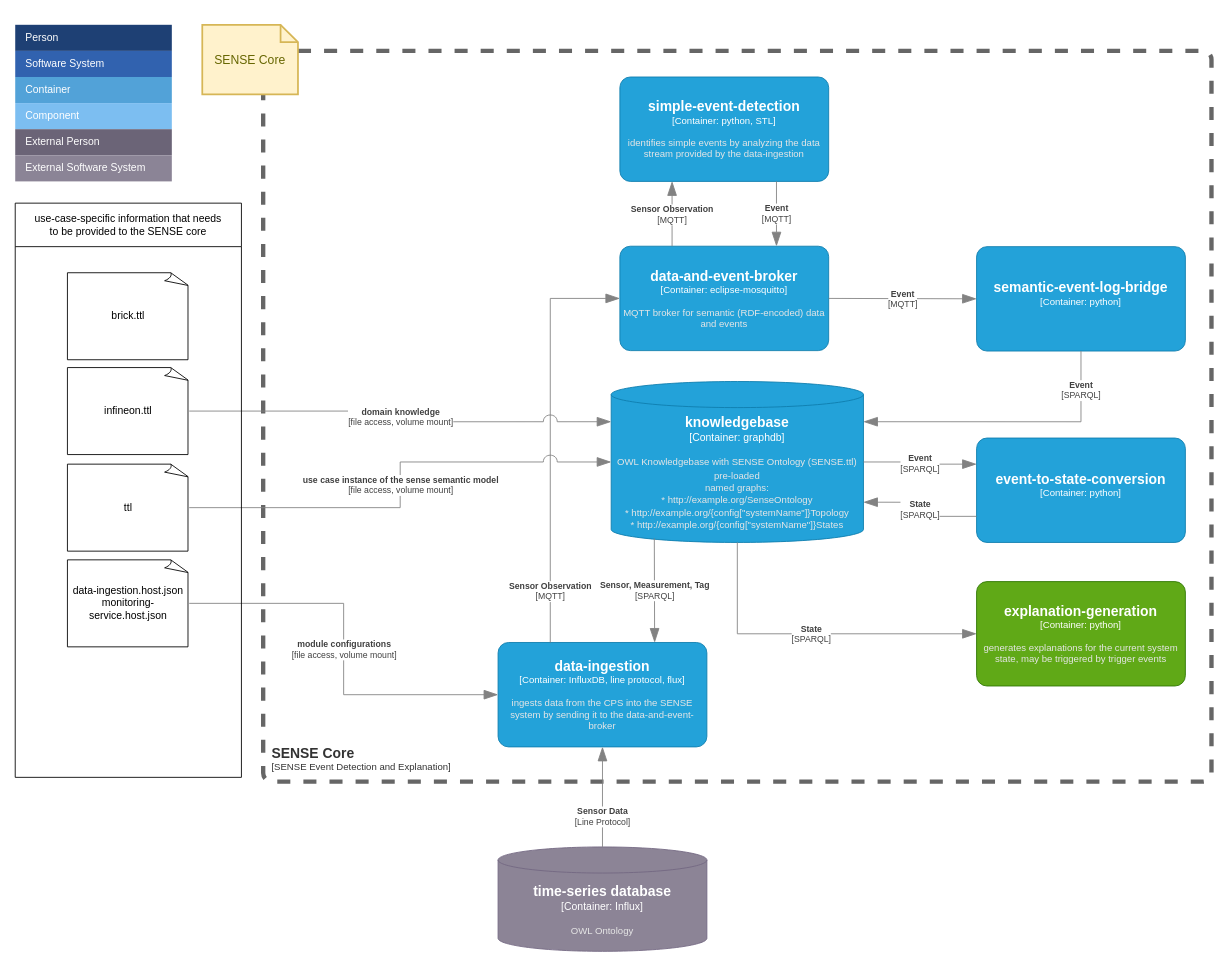
The draw.io diagram page "Level2-ContainerDiagram" (2 of 4) of doc/SENSE-Core-C4-Model.drawio in wu-semsys/SENSE-Core, before the edit. Source tidied: cells renumbered, new cells numbered last; positions are measured from the earlier drawing's top-left corner, leaving out a move shared by most shapes. Both pictures are drawn from the tidied source at 87%, with x=0, y=0 at pixel (15, 24).
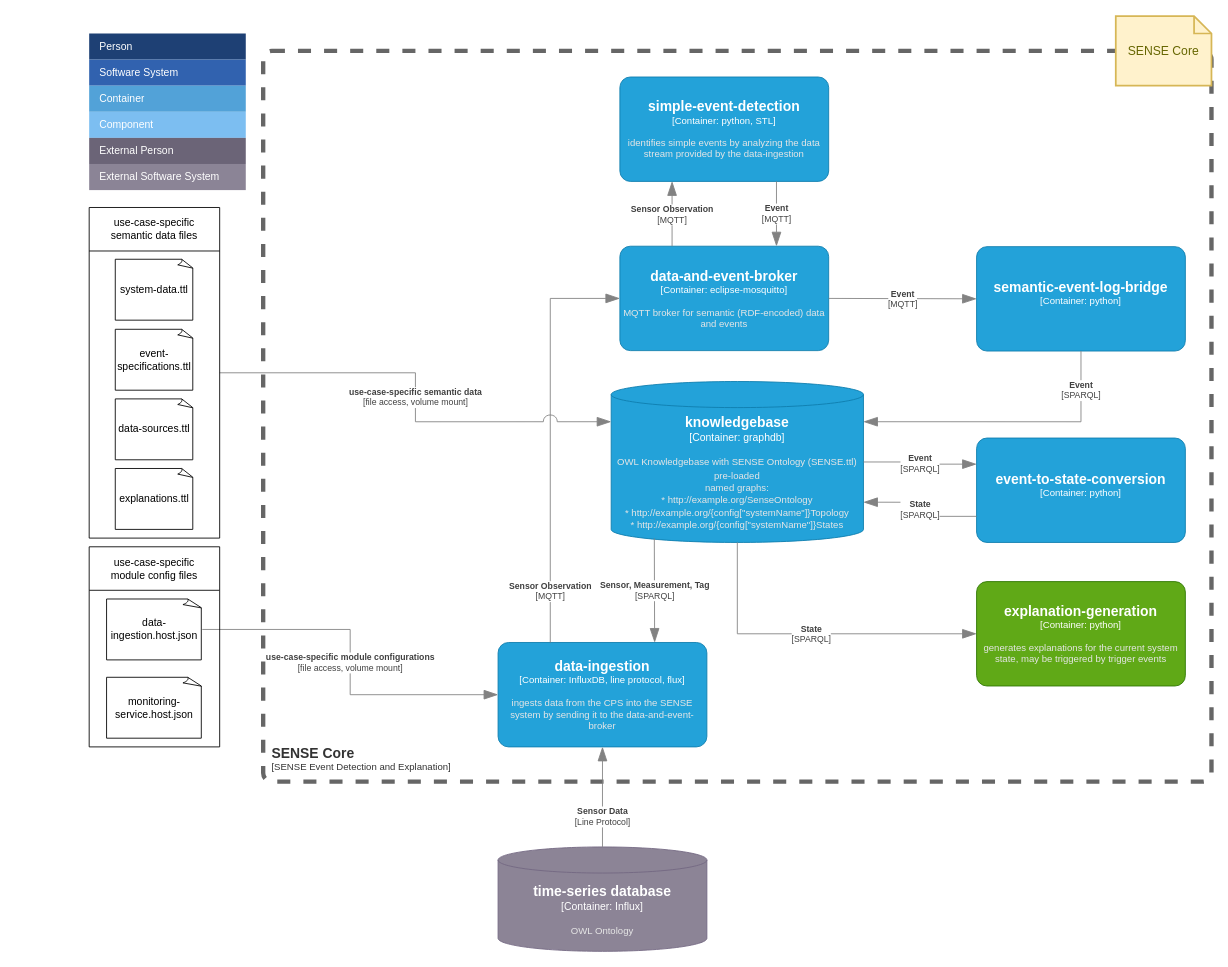
Above is the later version.

The change refers to these unchanged cells:
```xml
<object id="2" label="&lt;font style=&quot;font-size: 16px&quot;&gt;&lt;b&gt;%c4Type%&lt;/b&gt;&lt;/font&gt;&lt;div&gt;[%c4Container%:&amp;nbsp;%c4Technology%]&lt;/div&gt;&lt;br&gt;&lt;div&gt;&lt;font style=&quot;font-size: 11px&quot;&gt;&lt;font color=&quot;#E6E6E6&quot;&gt;%c4Description%&lt;/font&gt;&lt;/div&gt;" c4Container="Container" c4Description="OWL Knowledgebase with SENSE Ontology (SENSE.ttl) pre-loaded&#10;named graphs:&#10;* http://example.org/SenseOntology&#10;* http://example.org/{config[&quot;systemName&quot;]}Topology&#10;* http://example.org/{config[&quot;systemName&quot;]}States" c4Technology="graphdb" c4Type="knowledgebase" placeholders="1">
  <mxCell style="shape=cylinder3;size=15;whiteSpace=wrap;html=1;boundedLbl=1;rounded=0;labelBackgroundColor=none;fillColor=#23A2D9;fontSize=12;fontColor=#ffffff;align=center;strokeColor=#0E7DAD;points=[[0.5,0,0],[1,0.25,0],[1,0.5,0],[1,0.75,0],[0.5,1,0],[0,0.75,0],[0,0.5,0],[0,0.25,0]];" parent="1" vertex="1">
    <mxGeometry x="685" y="410" width="290" height="185" as="geometry" />
  </mxCell>
</object>
<object id="3" label="&lt;font style=&quot;font-size: 16px&quot;&gt;&lt;b&gt;%c4Name%&lt;/b&gt;&lt;/font&gt;&lt;div&gt;[%c4Type%: %c4Technology%]&lt;/div&gt;&lt;br&gt;&lt;div&gt;&lt;font style=&quot;font-size: 11px&quot;&gt;&lt;font color=&quot;#E6E6E6&quot;&gt;%c4Description%&lt;/font&gt;&lt;/div&gt;" c4Description="ingests data from the CPS into the SENSE system by sending it to the data-and-event-broker" c4Name="data-ingestion" c4Technology="InfluxDB, line protocol, flux" c4Type="Container" placeholders="1">
  <mxCell style="rounded=1;whiteSpace=wrap;html=1;fontSize=11;labelBackgroundColor=none;fillColor=#23A2D9;fontColor=#ffffff;align=center;arcSize=10;strokeColor=#0E7DAD;points=[[0.25,0,0],[0.5,0,0],[0.75,0,0],[1,0.25,0],[1,0.5,0],[1,0.75,0],[0.75,1,0],[0.5,1,0],[0.25,1,0],[0,0.75,0],[0,0.5,0],[0,0.25,0]];" parent="1" vertex="1">
    <mxGeometry x="555" y="710" width="240" height="120" as="geometry" />
  </mxCell>
</object>
```

What changed in the source:
```diff
@@
     <mxCell id="7" value="SENSE Core" style="shape=note;strokeWidth=2;fontSize=14;size=20;whiteSpace=wrap;html=1;fillColor=#fff2cc;strokeColor=#d6b656;fontColor=#666600;" parent="1" vertex="1">
-      <mxGeometry x="215" width="110" height="80" as="geometry" />
+      <mxGeometry x="1265" y="-10" width="110" height="80" as="geometry" />
     </mxCell>
@@
     <mxCell id="10" style="shape=table;html=1;whiteSpace=wrap;startSize=0;childLayout=tableLayout;fillColor=none;align=left;spacingLeft=10;strokeColor=none;rounded=1;arcSize=11;fontColor=#FFFFFF;" parent="1" vertex="1">
-      <mxGeometry width="180" height="180" as="geometry" />
+      <mxGeometry x="85" y="10" width="180" height="180" as="geometry" />
     </mxCell>
@@
-    <object id="28" label="&lt;div style=&quot;text-align: left&quot;&gt;&lt;div style=&quot;text-align: center&quot;&gt;&lt;b&gt;%c4Description%&lt;/b&gt;&lt;/div&gt;&lt;div style=&quot;text-align: center&quot;&gt;[%c4Technology%]&lt;/div&gt;&lt;/div&gt;" c4Description="module configurations" c4Technology="file access, volume mount" placeholders="1">
-      <mxCell style="endArrow=blockThin;html=1;fontSize=10;fontColor=#404040;strokeWidth=1;endFill=1;strokeColor=#828282;elbow=vertical;endSize=14;startSize=14;jumpStyle=arc;jumpSize=16;rounded=0;edgeStyle=orthogonalEdgeStyle;exitX=1;exitY=0.5;exitDx=0;exitDy=0;exitPerimeter=0;entryX=0;entryY=0.5;entryDx=0;entryDy=0;entryPerimeter=0;" parent="1" edge="1" source="33" target="3">
+    <object id="28" label="&lt;div style=&quot;text-align: left&quot;&gt;&lt;div style=&quot;text-align: center&quot;&gt;&lt;b&gt;%c4Description%&lt;/b&gt;&lt;/div&gt;&lt;div style=&quot;text-align: center&quot;&gt;[%c4Technology%]&lt;/div&gt;&lt;/div&gt;" c4Description="use-case-specific module configurations" c4Technology="file access, volume mount" placeholders="1">
+      <mxCell style="endArrow=blockThin;html=1;fontSize=10;fontColor=#404040;strokeWidth=1;endFill=1;strokeColor=#828282;elbow=vertical;endSize=14;startSize=14;jumpStyle=arc;jumpSize=16;rounded=0;edgeStyle=orthogonalEdgeStyle;exitX=1;exitY=0.5;exitDx=0;exitDy=0;exitPerimeter=0;entryX=0;entryY=0.5;entryDx=0;entryDy=0;entryPerimeter=0;" parent="1" edge="1" source="39" target="3">
         <mxGeometry relative="1" as="geometry" />
       </mxCell>
     </object>
-    <object id="29" label="&lt;div style=&quot;text-align: left&quot;&gt;&lt;div style=&quot;text-align: center&quot;&gt;&lt;b&gt;%c4Description%&lt;/b&gt;&lt;/div&gt;&lt;div style=&quot;text-align: center&quot;&gt;[%c4Technology%]&lt;/div&gt;&lt;/div&gt;" c4Description="use case instance of the sense semantic model" c4Technology="file access, volume mount" placeholders="1">
-      <mxCell style="endArrow=blockThin;html=1;fontSize=10;fontColor=#404040;strokeWidth=1;endFill=1;strokeColor=#828282;elbow=vertical;endSize=14;startSize=14;jumpStyle=arc;jumpSize=16;rounded=0;edgeStyle=orthogonalEdgeStyle;exitX=1;exitY=0.5;exitDx=0;exitDy=0;exitPerimeter=0;entryX=0;entryY=0.5;entryDx=0;entryDy=0;entryPerimeter=0;" parent="1" edge="1" source="34" target="2">
-        <mxGeometry relative="1" as="geometry" />
-      </mxCell>
-    </object>
-    <object id="30" label="&lt;div style=&quot;text-align: left&quot;&gt;&lt;div style=&quot;text-align: center&quot;&gt;&lt;b&gt;%c4Description%&lt;/b&gt;&lt;/div&gt;&lt;div style=&quot;text-align: center&quot;&gt;[%c4Technology%]&lt;/div&gt;&lt;/div&gt;" c4Description="domain knowledge" c4Technology="file access, volume mount" placeholders="1">
-      <mxCell style="endArrow=blockThin;html=1;fontSize=10;fontColor=#404040;strokeWidth=1;endFill=1;strokeColor=#828282;elbow=vertical;endSize=14;startSize=14;jumpStyle=arc;jumpSize=16;rounded=0;edgeStyle=orthogonalEdgeStyle;exitX=1;exitY=0.5;exitDx=0;exitDy=0;exitPerimeter=0;entryX=0;entryY=0.25;entryDx=0;entryDy=0;entryPerimeter=0;" parent="1" edge="1" source="35" target="2">
+    <object id="30" label="&lt;div style=&quot;text-align: left&quot;&gt;&lt;div style=&quot;text-align: center&quot;&gt;&lt;b&gt;%c4Description%&lt;/b&gt;&lt;/div&gt;&lt;div style=&quot;text-align: center&quot;&gt;[%c4Technology%]&lt;/div&gt;&lt;/div&gt;" c4Description="use-case-specific semantic data" c4Technology="file access, volume mount" placeholders="1">
+      <mxCell style="endArrow=blockThin;html=1;fontSize=10;fontColor=#404040;strokeWidth=1;endFill=1;strokeColor=#828282;elbow=vertical;endSize=14;startSize=14;jumpStyle=arc;jumpSize=16;rounded=0;edgeStyle=orthogonalEdgeStyle;exitX=1;exitY=0.5;exitDx=0;exitDy=0;entryX=0;entryY=0.25;entryDx=0;entryDy=0;entryPerimeter=0;" parent="1" edge="1" source="32" target="2">
         <mxGeometry relative="1" as="geometry" />
       </mxCell>
     </object>
@@
-    <mxCell id="32" value="&lt;span style=&quot;font-weight: 400; text-wrap: nowrap; background-color: rgb(255, 255, 255);&quot;&gt;use-case-specific information that needs &lt;br&gt;to be provided to the SENSE core&lt;/span&gt;" style="swimlane;whiteSpace=wrap;html=1;startSize=50;" parent="1" vertex="1">
-      <mxGeometry y="205" width="260" height="660" as="geometry" />
+    <mxCell id="32" value="&lt;span style=&quot;font-weight: 400; text-wrap: nowrap; background-color: rgb(255, 255, 255);&quot;&gt;use-case-specific &lt;br&gt;semantic data files&lt;/span&gt;" style="swimlane;whiteSpace=wrap;html=1;startSize=50;" parent="1" vertex="1">
+      <mxGeometry x="85" y="210" width="150" height="380" as="geometry" />
     </mxCell>
-    <mxCell id="33" value="data-ingestion.host.json&lt;div&gt;monitoring-service.host.json&lt;br&gt;&lt;/div&gt;" style="whiteSpace=wrap;html=1;shape=mxgraph.basic.document;" parent="32" vertex="1">
-      <mxGeometry x="60" y="410" width="140" height="100" as="geometry" />
-    </mxCell>
-    <mxCell id="34" value="ttl" style="whiteSpace=wrap;html=1;shape=mxgraph.basic.document;" parent="32" vertex="1">
-      <mxGeometry x="60" y="300" width="140" height="100" as="geometry" />
+    <mxCell id="34" value="data-sources.ttl" style="whiteSpace=wrap;html=1;shape=mxgraph.basic.document;" parent="32" vertex="1">
+      <mxGeometry x="30" y="220" width="90" height="70" as="geometry" />
     </mxCell>
-    <mxCell id="35" value="infineon.ttl" style="whiteSpace=wrap;html=1;shape=mxgraph.basic.document;" parent="32" vertex="1">
-      <mxGeometry x="60" y="189" width="140" height="100" as="geometry" />
+    <mxCell id="35" value="event-specifications.ttl" style="whiteSpace=wrap;html=1;shape=mxgraph.basic.document;" parent="32" vertex="1">
+      <mxGeometry x="30" y="140" width="90" height="70" as="geometry" />
     </mxCell>
-    <mxCell id="36" value="brick.ttl" style="whiteSpace=wrap;html=1;shape=mxgraph.basic.document;" parent="32" vertex="1">
-      <mxGeometry x="60" y="80" width="140" height="100" as="geometry" />
+    <mxCell id="36" value="system-data.ttl" style="whiteSpace=wrap;html=1;shape=mxgraph.basic.document;" parent="32" vertex="1">
+      <mxGeometry x="30" y="59.5" width="90" height="70" as="geometry" />
     </mxCell>
+    <mxCell id="37" value="explanations.ttl" style="whiteSpace=wrap;html=1;shape=mxgraph.basic.document;" parent="32" vertex="1">
+      <mxGeometry x="30" y="300" width="90" height="70" as="geometry" />
+    </mxCell>
+    <mxCell id="38" value="&lt;span style=&quot;font-weight: 400; text-wrap: nowrap; background-color: rgb(255, 255, 255);&quot;&gt;use-case-specific&lt;/span&gt;&lt;div&gt;&lt;span style=&quot;font-weight: 400; text-wrap: nowrap; background-color: rgb(255, 255, 255);&quot;&gt;module config files&lt;/span&gt;&lt;/div&gt;" style="swimlane;whiteSpace=wrap;html=1;startSize=50;" parent="1" vertex="1">
+      <mxGeometry x="85" y="600" width="150" height="230" as="geometry" />
+    </mxCell>
+    <mxCell id="39" value="data-ingestion.host.json" style="whiteSpace=wrap;html=1;shape=mxgraph.basic.document;" parent="38" vertex="1">
+      <mxGeometry x="20" y="60" width="110" height="70" as="geometry" />
+    </mxCell>
+    <mxCell id="40" value="monitoring-service.host.json" style="whiteSpace=wrap;html=1;shape=mxgraph.basic.document;" parent="38" vertex="1">
+      <mxGeometry x="20" y="150" width="110" height="70" as="geometry" />
+    </mxCell>
```
